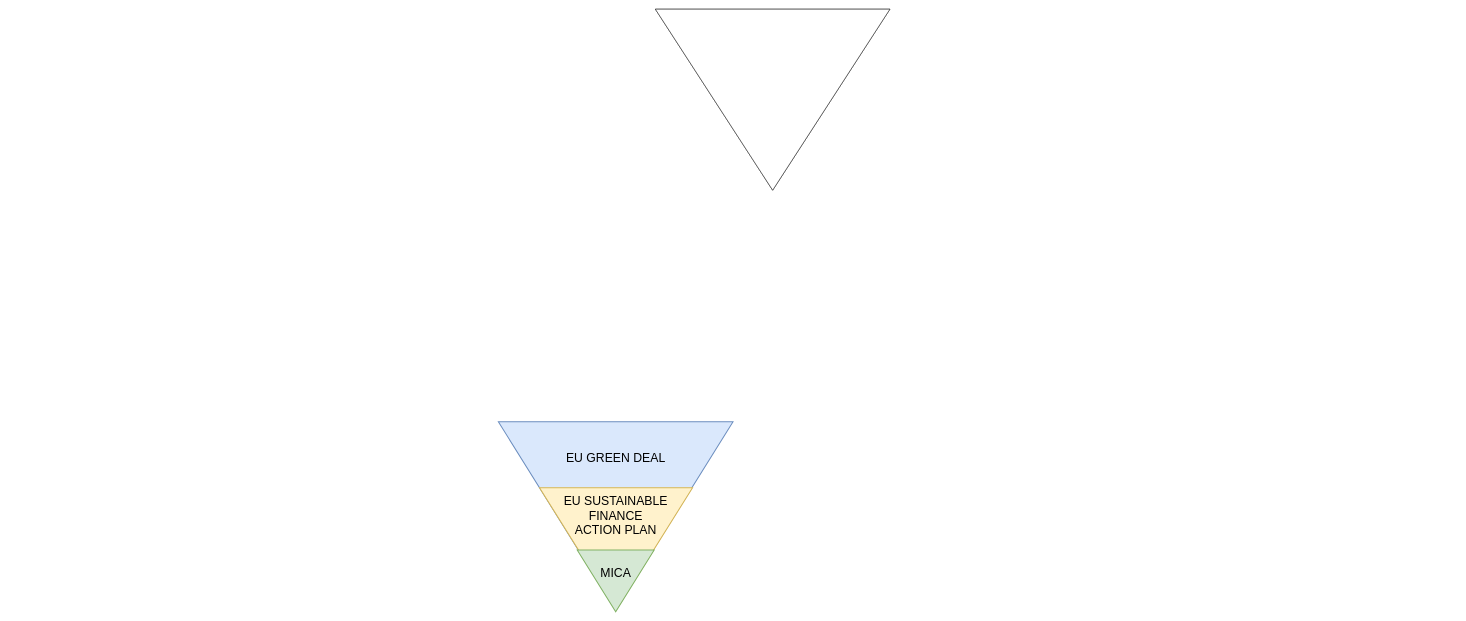
Earlier version of the draw.io diagram page "Page-9" (8 of 8) of assets/Untitled Diagram.drawio (xujiahuayz/crypto-wallets). Source tidied: cells renumbered, new cells numbered last; positions are measured from the earlier drawing's top-left corner, leaving out a move shared by most shapes. Both pictures are drawn from the tidied source at 51%, with x=0, y=0 at pixel (521, -18).
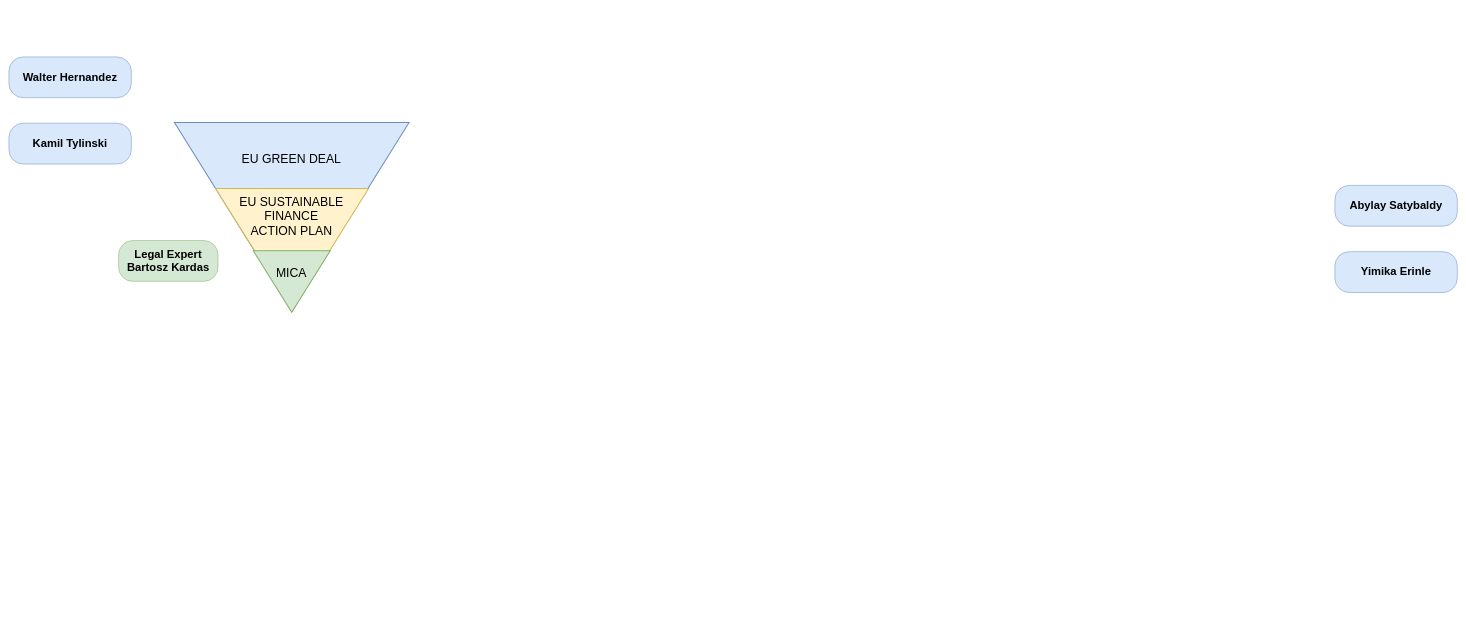
The same diagram, later.

What changed in the source:
```diff
@@
 <mxGraphModel>
   <root>
     <mxCell id="0" />
     <mxCell id="1" parent="0" />
     <mxCell id="2" style="triangle;whiteSpace=wrap;html=1;rotation=90;fillColor=#dae8fc;strokeColor=#6c8ebf;strokeWidth=2;" parent="1" vertex="1">
-      <mxGeometry x="0.2" y="815.9" width="369.1" height="460.1" as="geometry" />
+      <mxGeometry x="-635" y="229" width="369.1" height="460.1" as="geometry" />
     </mxCell>
     <mxCell id="3" style="triangle;whiteSpace=wrap;html=1;rotation=90;fillColor=#fff2cc;strokeColor=#d6b656;strokeWidth=2;" parent="1" vertex="1">
-      <mxGeometry x="65.7" y="960.7" width="239.5" height="300" as="geometry" />
+      <mxGeometry x="-569.5" y="373.9" width="239.5" height="300" as="geometry" />
     </mxCell>
-    <mxCell id="4" style="triangle;whiteSpace=wrap;html=1;rotation=90;" parent="1" vertex="1">
-      <mxGeometry x="315" width="355" height="460" as="geometry" />
-    </mxCell>
-    <mxCell id="5" style="triangle;whiteSpace=wrap;html=1;rotation=90;" parent="1" vertex="1">
-      <mxGeometry x="315" width="355" height="460" as="geometry" />
-    </mxCell>
     <mxCell id="6" style="triangle;whiteSpace=wrap;html=1;rotation=90;fillColor=#d5e8d4;strokeColor=#82b366;strokeWidth=2;" parent="1" vertex="1">
-      <mxGeometry x="124.3" y="1098" width="120.9" height="150.9" as="geometry" />
+      <mxGeometry x="-510.9" y="511.1" width="120.9" height="150.9" as="geometry" />
     </mxCell>
     <mxCell id="7" value="&lt;font style=&quot;font-size: 24px;&quot;&gt;EU GREEN DEAL&lt;/font&gt;" style="text;html=1;strokeColor=none;fillColor=none;align=center;verticalAlign=middle;whiteSpace=wrap;rounded=0;" parent="1" vertex="1">
-      <mxGeometry x="68.7" y="918" width="232.3" height="30" as="geometry" />
+      <mxGeometry x="-566.6" y="331.1" width="232.3" height="30" as="geometry" />
     </mxCell>
     <mxCell id="8" value="&lt;font style=&quot;font-size: 24px;&quot;&gt;EU SUSTAINABLE &lt;br&gt;FINANCE&lt;br&gt;ACTION PLAN&lt;br&gt;&lt;/font&gt;" style="text;html=1;strokeColor=none;fillColor=none;align=center;verticalAlign=middle;whiteSpace=wrap;rounded=0;" parent="1" vertex="1">
-      <mxGeometry x="16.6" y="1031" width="336.4" height="30" as="geometry" />
+      <mxGeometry x="-618.6" y="444.1" width="336.4" height="30" as="geometry" />
     </mxCell>
     <mxCell id="9" value="&lt;font style=&quot;font-size: 24px;&quot;&gt;MICA&lt;/font&gt;" style="text;html=1;strokeColor=none;fillColor=none;align=center;verticalAlign=middle;whiteSpace=wrap;rounded=0;" parent="1" vertex="1">
-      <mxGeometry x="68.7" y="1143" width="232.3" height="30" as="geometry" />
+      <mxGeometry x="-566.6" y="556.1" width="232.3" height="30" as="geometry" />
     </mxCell>
+    <mxCell id="10" value="&lt;font style=&quot;font-size: 22px;&quot;&gt;&lt;b&gt;&lt;font style=&quot;font-size: 22px;&quot;&gt;Walter&amp;nbsp;&lt;/font&gt;Hernandez&lt;/b&gt;&lt;/font&gt;" style="rounded=1;whiteSpace=wrap;html=1;arcSize=35;fillColor=#dae8fc;strokeColor=#6c8ebf;" parent="1" vertex="1">
+      <mxGeometry x="-1005" y="146.1" width="240" height="80" as="geometry" />
+    </mxCell>
+    <mxCell id="11" value="&lt;font size=&quot;1&quot;&gt;&lt;b style=&quot;font-size: 22px;&quot;&gt;Kamil Tylinski&lt;/b&gt;&lt;/font&gt;" style="rounded=1;whiteSpace=wrap;html=1;arcSize=35;fillColor=#dae8fc;strokeColor=#6c8ebf;labelBackgroundColor=none;" parent="1" vertex="1">
+      <mxGeometry x="-1005" y="276.1" width="240" height="80" as="geometry" />
+    </mxCell>
+    <mxCell id="12" value="&lt;span style=&quot;font-size: 22px;&quot;&gt;&lt;b&gt;Legal Expert&lt;br&gt;Bartosz Kardas&lt;/b&gt;&lt;br&gt;&lt;/span&gt;" style="rounded=1;whiteSpace=wrap;html=1;arcSize=35;fillColor=#d5e8d4;strokeColor=#82b366;labelBackgroundColor=none;" parent="1" vertex="1">
+      <mxGeometry x="-790" y="506.1" width="195" height="80" as="geometry" />
+    </mxCell>
+    <mxCell id="13" value="&lt;font size=&quot;1&quot;&gt;&lt;b style=&quot;font-size: 22px;&quot;&gt;Abylay Satybaldy&lt;/b&gt;&lt;/font&gt;" style="rounded=1;whiteSpace=wrap;html=1;arcSize=35;fillColor=#dae8fc;strokeColor=#6c8ebf;labelBackgroundColor=none;" parent="1" vertex="1">
+      <mxGeometry x="1595" y="398" width="240" height="80" as="geometry" />
+    </mxCell>
+    <mxCell id="14" value="&lt;font&gt;&lt;b&gt;&lt;font style=&quot;font-size: 22px;&quot;&gt;Yimika Erinle&lt;/font&gt;&lt;/b&gt;&lt;br&gt;&lt;/font&gt;" style="rounded=1;whiteSpace=wrap;html=1;arcSize=35;fillColor=#dae8fc;strokeColor=#6c8ebf;labelBackgroundColor=none;" parent="1" vertex="1">
+      <mxGeometry x="1595" y="528" width="240" height="80" as="geometry" />
+    </mxCell>
   </root>
 </mxGraphModel>
```
